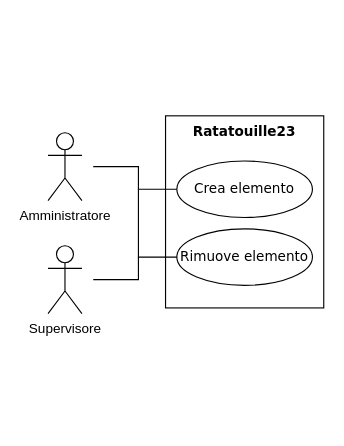
Above: Documentazione/Use Case Diagram/drawio/UseCaseDiagram - Personalizza menù.drawio in vittorioruggiero/Progetto-IngSw (draw.io), before the change. Source tidied: cells renumbered, new cells numbered last; positions are measured from the earlier drawing's top-left corner, leaving out a move shared by most shapes. Both pictures are drawn from the tidied source at 113%, with x=0, y=0 at pixel (47, 115).
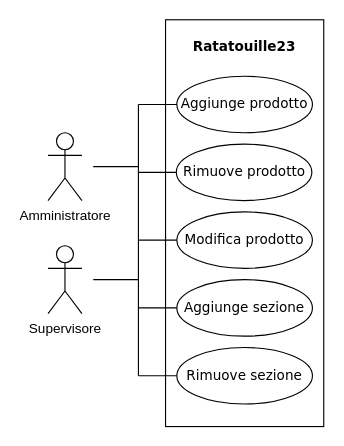
The same diagram, later.

Change to the diagram source:
```diff
@@
     <mxCell id="2" style="rounded=0;whiteSpace=wrap;html=1;fontFamily=Verdana;" parent="1" vertex="1">
-      <mxGeometry x="104" width="140" height="170" as="geometry" />
+      <mxGeometry x="104" y="-85" width="140" height="360" as="geometry" />
     </mxCell>
-    <mxCell id="3" value="Crea elemento" style="ellipse;whiteSpace=wrap;html=1;fontFamily=Verdana;" parent="1" vertex="1">
-      <mxGeometry x="114" y="40" width="120" height="50" as="geometry" />
+    <mxCell id="3" value="Aggiunge prodotto" style="ellipse;whiteSpace=wrap;html=1;fontFamily=Verdana;" parent="1" vertex="1">
+      <mxGeometry x="114" y="-35" width="120" height="50" as="geometry" />
     </mxCell>
-    <mxCell id="4" value="Rimuove elemento" style="ellipse;whiteSpace=wrap;html=1;fontFamily=Verdana;" parent="1" vertex="1">
-      <mxGeometry x="114" y="100" width="120" height="50" as="geometry" />
+    <mxCell id="4" value="Rimuove prodotto" style="ellipse;whiteSpace=wrap;html=1;fontFamily=Verdana;" parent="1" vertex="1">
+      <mxGeometry x="113.5" y="25" width="120" height="50" as="geometry" />
     </mxCell>
     <mxCell id="5" value="Ratatouille23" style="text;align=center;fontStyle=1;verticalAlign=middle;spacingLeft=3;spacingRight=3;strokeColor=none;fontFamily=Verdana;" parent="1" vertex="1">
-      <mxGeometry x="134" width="80" height="26" as="geometry" />
+      <mxGeometry x="134" y="-75" width="80" height="26" as="geometry" />
     </mxCell>
@@
-    <mxCell id="7" style="endArrow=none;html=1;rounded=0;entryX=0;entryY=0.5;entryDx=0;entryDy=0;" parent="1" edge="1" target="3">
-      <mxGeometry relative="1" as="geometry">
-        <mxPoint x="40" y="45" as="sourcePoint" />
-        <Array as="points">
-          <mxPoint x="80" y="45" />
-          <mxPoint x="80" y="65" />
-        </Array>
-      </mxGeometry>
-    </mxCell>
-    <mxCell id="8" style="endArrow=none;html=1;rounded=0;entryX=0;entryY=0.5;entryDx=0;entryDy=0;" parent="1" edge="1" target="4">
-      <mxGeometry relative="1" as="geometry">
-        <mxPoint x="80" y="65" as="sourcePoint" />
-        <Array as="points">
-          <mxPoint x="80" y="125" />
-        </Array>
-      </mxGeometry>
-    </mxCell>
@@
-    <mxCell id="10" style="endArrow=none;html=1;rounded=0;" parent="1" edge="1">
-      <mxGeometry relative="1" as="geometry">
-        <mxPoint x="40" y="145" as="sourcePoint" />
-        <mxPoint x="80" y="125" as="targetPoint" />
-        <Array as="points">
-          <mxPoint x="80" y="145" />
-        </Array>
-      </mxGeometry>
-    </mxCell>
+    <mxCell id="11" value="Aggiunge sezione" style="ellipse;whiteSpace=wrap;html=1;fontFamily=Verdana;" parent="1" vertex="1">
+      <mxGeometry x="114" y="145" width="120" height="50" as="geometry" />
+    </mxCell>
+    <mxCell id="12" value="Rimuove sezione" style="ellipse;whiteSpace=wrap;html=1;fontFamily=Verdana;" parent="1" vertex="1">
+      <mxGeometry x="114" y="205" width="120" height="50" as="geometry" />
+    </mxCell>
+    <mxCell id="13" value="Modifica prodotto" style="ellipse;whiteSpace=wrap;html=1;fontFamily=Verdana;" parent="1" vertex="1">
+      <mxGeometry x="114" y="85" width="120" height="50" as="geometry" />
+    </mxCell>
+    <mxCell id="14" style="endArrow=none;html=1;rounded=0;" parent="1" edge="1">
+      <mxGeometry relative="1" as="geometry">
+        <mxPoint x="80" y="230" as="sourcePoint" />
+        <mxPoint x="80" y="-10" as="targetPoint" />
+      </mxGeometry>
+    </mxCell>
+    <mxCell id="15" style="endArrow=none;html=1;rounded=0;" parent="1" edge="1">
+      <mxGeometry relative="1" as="geometry">
+        <mxPoint x="40" y="45" as="sourcePoint" />
+        <mxPoint x="80" y="45" as="targetPoint" />
+      </mxGeometry>
+    </mxCell>
+    <mxCell id="16" style="endArrow=none;html=1;rounded=0;" parent="1" edge="1">
+      <mxGeometry relative="1" as="geometry">
+        <mxPoint x="40" y="145" as="sourcePoint" />
+        <mxPoint x="80" y="145" as="targetPoint" />
+      </mxGeometry>
+    </mxCell>
+    <mxCell id="17" style="endArrow=none;html=1;rounded=0;entryX=0;entryY=0.5;entryDx=0;entryDy=0;" parent="1" edge="1" target="3">
+      <mxGeometry relative="1" as="geometry">
+        <mxPoint x="80" y="-10" as="sourcePoint" />
+      </mxGeometry>
+    </mxCell>
+    <mxCell id="18" style="endArrow=none;html=1;rounded=0;entryX=0;entryY=0.5;entryDx=0;entryDy=0;" parent="1" edge="1" target="4">
+      <mxGeometry relative="1" as="geometry">
+        <mxPoint x="80" y="50" as="sourcePoint" />
+      </mxGeometry>
+    </mxCell>
+    <mxCell id="19" style="endArrow=none;html=1;rounded=0;entryX=0;entryY=0.5;entryDx=0;entryDy=0;" parent="1" edge="1" target="13">
+      <mxGeometry relative="1" as="geometry">
+        <mxPoint x="80" y="110" as="sourcePoint" />
+      </mxGeometry>
+    </mxCell>
+    <mxCell id="20" style="endArrow=none;html=1;rounded=0;entryX=0;entryY=0.5;entryDx=0;entryDy=0;" parent="1" edge="1" target="11">
+      <mxGeometry relative="1" as="geometry">
+        <mxPoint x="80" y="170" as="sourcePoint" />
+      </mxGeometry>
+    </mxCell>
+    <mxCell id="21" style="endArrow=none;html=1;rounded=0;entryX=0;entryY=0.5;entryDx=0;entryDy=0;" parent="1" edge="1" target="12">
+      <mxGeometry relative="1" as="geometry">
+        <mxPoint x="80" y="230" as="sourcePoint" />
+      </mxGeometry>
+    </mxCell>
```
